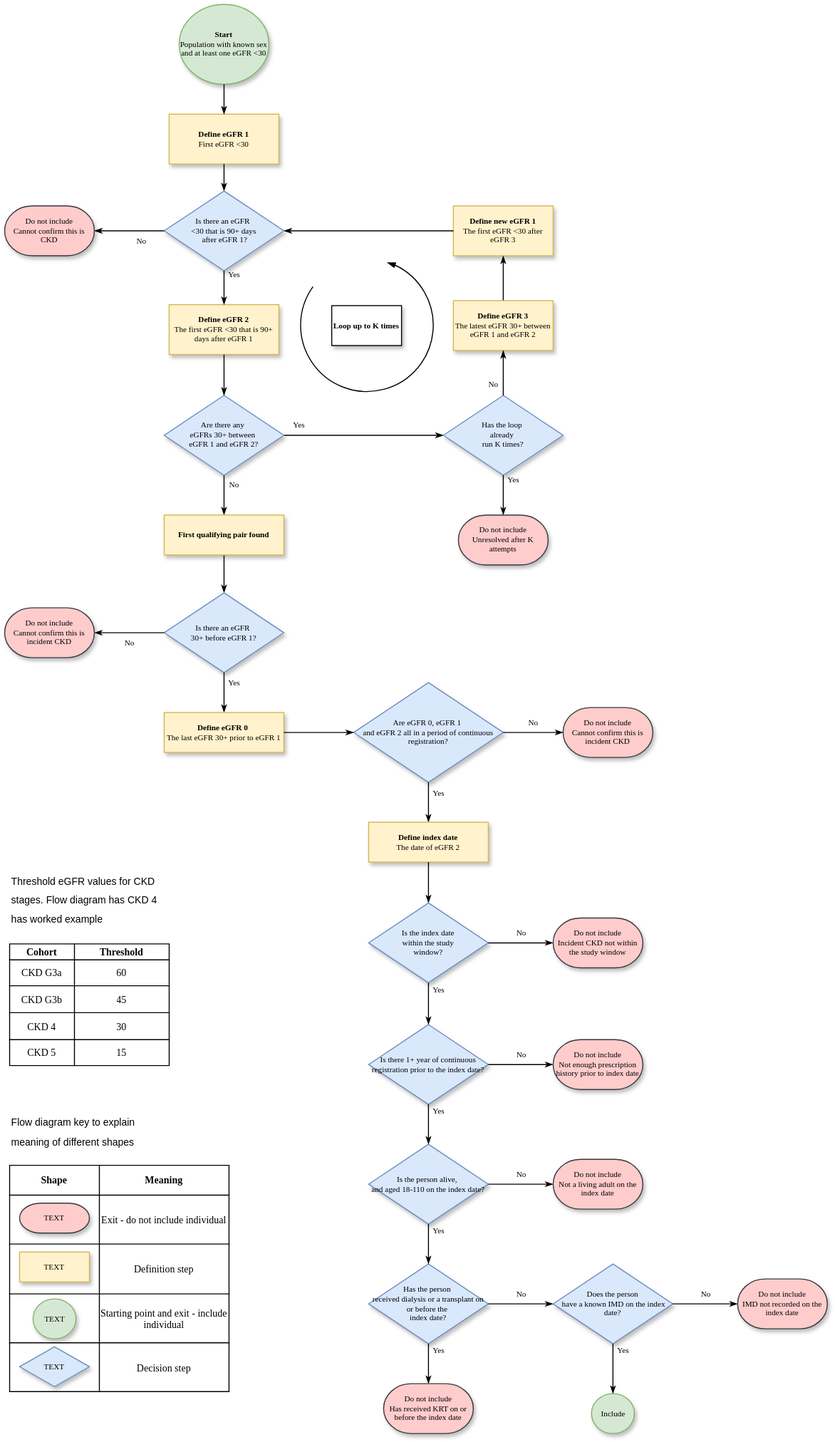
This is docs/figures/ckd-cohort-logic.drawio.svg from opensafely/ckd-deprescribing, a draw.io export, as it was before one commit. Source tidied: cells renumbered, new cells last; positions are measured from the earlier drawing's top-left corner, leaving out a move shared by most shapes.
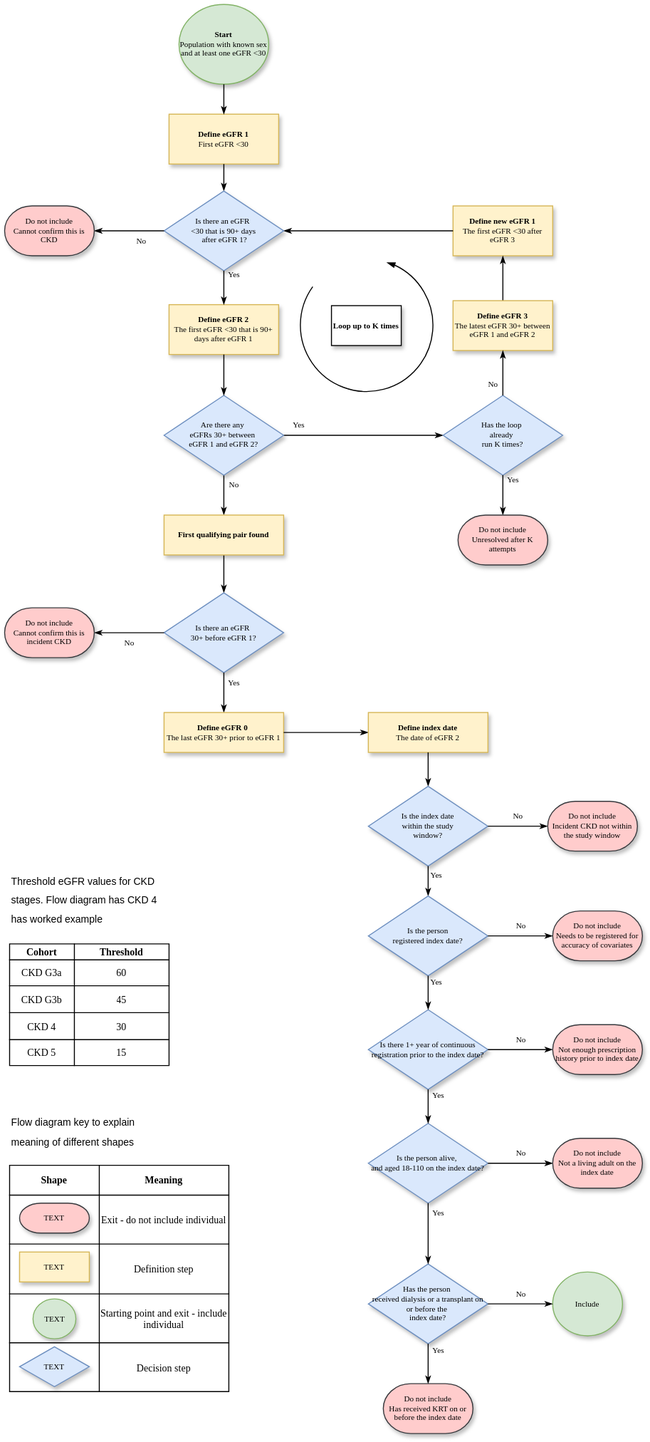
Above is the later version.

Change to the diagram source:
```diff
@@ -21,7 +21,7 @@
       <mxGeometry x="160" y="512" width="120" height="40" as="geometry" />
     </mxCell>
     <mxCell id="8" value="Include" style="strokeWidth=1;html=1;shape=mxgraph.flowchart.start_2;whiteSpace=wrap;perimeter=ellipsePerimeter;rounded=0;shadow=1;strokeColor=#82b366;fontFamily=Verdana;fontSize=8;fillColor=#d5e8d4;" parent="1" vertex="1">
-      <mxGeometry x="588.5" y="1393" width="43" height="40" as="geometry" />
+      <mxGeometry x="550" y="1271" width="70" height="64" as="geometry" />
     </mxCell>
     <mxCell id="9" value="&lt;b&gt;Start&lt;/b&gt;&lt;div&gt;Population with known sex and at least one eGFR &amp;lt;30&lt;/div&gt;" style="strokeWidth=1;html=1;shape=mxgraph.flowchart.start_2;whiteSpace=wrap;perimeter=ellipsePerimeter;rounded=0;shadow=1;fontFamily=Verdana;fontSize=8;fillColor=#d5e8d4;strokeColor=#82b366;" parent="1" vertex="1">
       <mxGeometry x="175" width="90" height="80" as="geometry" />
@@ -74,38 +74,29 @@
     <mxCell id="25" value="&lt;div&gt;&lt;b&gt;Define eGFR 0&lt;/b&gt;&amp;nbsp;&lt;/div&gt;&lt;div&gt;The last eGFR 30+ prior to eGFR 1&lt;/div&gt;" style="whiteSpace=wrap;html=1;rounded=0;shadow=1;labelBackgroundColor=none;strokeWidth=1;fontFamily=Verdana;fontSize=8;align=center;fillColor=#fff2cc;strokeColor=#d6b656;" parent="1" vertex="1">
       <mxGeometry x="160" y="710" width="120" height="40" as="geometry" />
     </mxCell>
-    <mxCell id="26" value="Are eGFR 0, eGFR 1&amp;nbsp;&lt;div&gt;and eGFR 2 all in a period of continuous registration?&lt;/div&gt;" style="rhombus;whiteSpace=wrap;html=1;rounded=0;shadow=1;labelBackgroundColor=none;strokeWidth=1;fontFamily=Verdana;fontSize=8;align=center;fillColor=#dae8fc;strokeColor=#6c8ebf;" parent="1" vertex="1">
-      <mxGeometry x="350" y="680" width="150" height="100" as="geometry" />
-    </mxCell>
-    <mxCell id="27" style="edgeStyle=orthogonalEdgeStyle;rounded=0;html=1;labelBackgroundColor=none;startSize=5;endArrow=classicThin;endFill=1;endSize=5;jettySize=auto;strokeWidth=1;fontFamily=Verdana;fontSize=8;entryX=0;entryY=0.5;entryDx=0;entryDy=0;exitX=1;exitY=0.5;exitDx=0;exitDy=0;" parent="1" edge="1" source="25" target="26">
-      <mxGeometry relative="1" as="geometry" />
+    <mxCell id="27" style="edgeStyle=orthogonalEdgeStyle;rounded=0;html=1;labelBackgroundColor=none;startSize=5;endArrow=classicThin;endFill=1;endSize=5;jettySize=auto;strokeWidth=1;fontFamily=Verdana;fontSize=8;entryX=0;entryY=0.5;entryDx=0;entryDy=0;exitX=1;exitY=0.5;exitDx=0;exitDy=0;" parent="1" edge="1" source="25" target="31">
+      <mxGeometry x="-0.07" relative="1" as="geometry" />
     </mxCell>
-    <mxCell id="28" value="Yes" style="edgeStyle=orthogonalEdgeStyle;rounded=0;html=1;labelBackgroundColor=none;startSize=5;endArrow=classicThin;endFill=1;endSize=5;jettySize=auto;strokeWidth=1;fontFamily=Verdana;fontSize=8;entryX=0.5;entryY=0;entryDx=0;entryDy=0;exitX=0.5;exitY=1;exitDx=0;exitDy=0;" parent="1" edge="1" source="26" target="31">
-      <mxGeometry x="-0.45" y="10" relative="1" as="geometry" />
-    </mxCell>
-    <mxCell id="29" value="No" style="edgeStyle=orthogonalEdgeStyle;rounded=0;html=1;labelBackgroundColor=none;startSize=5;endArrow=classicThin;endFill=1;endSize=5;jettySize=auto;strokeWidth=1;fontFamily=Verdana;fontSize=8;exitX=1;exitY=0.5;exitDx=0;exitDy=0;entryX=0;entryY=0.5;entryDx=0;entryDy=0;entryPerimeter=0;" parent="1" edge="1" source="26" target="30">
-      <mxGeometry y="10" relative="1" as="geometry" />
-    </mxCell>
-    <mxCell id="30" value="&lt;div&gt;Do not include&lt;/div&gt;&lt;div&gt;Cannot confirm this is incident CKD&lt;/div&gt;" style="strokeWidth=1;html=1;shape=mxgraph.flowchart.terminator;whiteSpace=wrap;rounded=0;shadow=1;labelBackgroundColor=none;fontFamily=Verdana;fontSize=8;align=center;fillColor=#ffcccc;strokeColor=#36393d;" parent="1" vertex="1">
-      <mxGeometry x="560" y="705" width="90" height="50" as="geometry" />
+    <mxCell id="30" value="&lt;div&gt;Do not include&lt;/div&gt;&lt;div&gt;Needs to be registered for accuracy of covariates&lt;/div&gt;" style="strokeWidth=1;html=1;shape=mxgraph.flowchart.terminator;whiteSpace=wrap;rounded=0;shadow=1;labelBackgroundColor=none;fontFamily=Verdana;fontSize=8;align=center;fillColor=#ffcccc;strokeColor=#36393d;" parent="1" vertex="1">
+      <mxGeometry x="550" y="909" width="90" height="50" as="geometry" />
     </mxCell>
     <mxCell id="31" value="&lt;b&gt;Define index date&lt;/b&gt;&lt;div&gt;The date of eGFR 2&lt;/div&gt;" style="whiteSpace=wrap;html=1;rounded=0;shadow=1;labelBackgroundColor=none;strokeWidth=1;fontFamily=Verdana;fontSize=8;align=center;fillColor=#fff2cc;strokeColor=#d6b656;" parent="1" vertex="1">
-      <mxGeometry x="365" y="820" width="120" height="40" as="geometry" />
+      <mxGeometry x="365" y="710" width="120" height="40" as="geometry" />
     </mxCell>
     <mxCell id="32" style="edgeStyle=orthogonalEdgeStyle;rounded=0;html=1;labelBackgroundColor=none;startSize=5;endArrow=classicThin;endFill=1;endSize=5;jettySize=auto;strokeWidth=1;fontFamily=Verdana;fontSize=8;entryX=0.5;entryY=0;entryDx=0;entryDy=0;exitX=0.5;exitY=1;exitDx=0;exitDy=0;" parent="1" edge="1" source="31" target="33">
       <mxGeometry relative="1" as="geometry" />
     </mxCell>
     <mxCell id="33" value="Is the index date&lt;div&gt;within the study&lt;/div&gt;&lt;div&gt;window?&lt;/div&gt;" style="rhombus;whiteSpace=wrap;html=1;rounded=0;shadow=1;labelBackgroundColor=none;strokeWidth=1;fontFamily=Verdana;fontSize=8;align=center;fillColor=#dae8fc;strokeColor=#6c8ebf;" parent="1" vertex="1">
-      <mxGeometry x="365" y="901" width="120" height="80" as="geometry" />
+      <mxGeometry x="365" y="784" width="120" height="80" as="geometry" />
     </mxCell>
     <mxCell id="34" value="Is there 1+ year of continuous registration prior to the index date?" style="rhombus;whiteSpace=wrap;html=1;rounded=0;shadow=1;labelBackgroundColor=none;strokeWidth=1;fontFamily=Verdana;fontSize=8;align=center;fillColor=#dae8fc;strokeColor=#6c8ebf;" parent="1" vertex="1">
-      <mxGeometry x="365" y="1023" width="120" height="80" as="geometry" />
+      <mxGeometry x="365" y="1008" width="120" height="80" as="geometry" />
     </mxCell>
-    <mxCell id="35" value="Yes" style="edgeStyle=orthogonalEdgeStyle;rounded=0;html=1;labelBackgroundColor=none;startSize=5;endArrow=classicThin;endFill=1;endSize=5;jettySize=auto;strokeWidth=1;fontFamily=Verdana;fontSize=8;entryX=0.5;entryY=0;entryDx=0;entryDy=0;exitX=0.5;exitY=1;exitDx=0;exitDy=0;" parent="1" edge="1" source="33" target="34">
-      <mxGeometry x="-0.66" y="10" relative="1" as="geometry" />
+    <mxCell id="35" value="Yes" style="edgeStyle=orthogonalEdgeStyle;rounded=0;html=1;labelBackgroundColor=none;startSize=5;endArrow=classicThin;endFill=1;endSize=5;jettySize=auto;strokeWidth=1;fontFamily=Verdana;fontSize=8;entryX=0.5;entryY=0;entryDx=0;entryDy=0;exitX=0.5;exitY=1;exitDx=0;exitDy=0;" parent="1" edge="1" source="33" target="99">
+      <mxGeometry x="-0.4" y="8" relative="1" as="geometry" />
     </mxCell>
     <mxCell id="36" value="Is the person alive,&amp;nbsp;&lt;div&gt;and aged 18-110 on the index date?&lt;/div&gt;" style="rhombus;whiteSpace=wrap;html=1;rounded=0;shadow=1;labelBackgroundColor=none;strokeWidth=1;fontFamily=Verdana;fontSize=8;align=center;fillColor=#dae8fc;strokeColor=#6c8ebf;" parent="1" vertex="1">
-      <mxGeometry x="365" y="1143" width="120" height="80" as="geometry" />
+      <mxGeometry x="365" y="1122" width="120" height="80" as="geometry" />
     </mxCell>
     <mxCell id="37" value="Yes" style="edgeStyle=orthogonalEdgeStyle;rounded=0;html=1;labelBackgroundColor=none;startSize=5;endArrow=classicThin;endFill=1;endSize=5;jettySize=auto;strokeWidth=1;fontFamily=Verdana;fontSize=8;entryX=0.5;entryY=0;entryDx=0;entryDy=0;exitX=0.5;exitY=1;exitDx=0;exitDy=0;" parent="1" edge="1" source="34" target="36">
       <mxGeometry x="-0.66" y="10" relative="1" as="geometry" />
@@ -119,32 +110,28 @@
     <mxCell id="40" value="Yes" style="edgeStyle=orthogonalEdgeStyle;rounded=0;html=1;labelBackgroundColor=none;startSize=5;endArrow=classicThin;endFill=1;endSize=5;jettySize=auto;strokeWidth=1;fontFamily=Verdana;fontSize=8;entryX=0.5;entryY=0;entryDx=0;entryDy=0;exitX=0.5;exitY=1;exitDx=0;exitDy=0;entryPerimeter=0;" parent="1" edge="1" source="38" target="50">
       <mxGeometry x="-0.65" y="10" relative="1" as="geometry" />
     </mxCell>
-    <mxCell id="41" value="Does the person&lt;div&gt;&amp;nbsp;have&lt;span style=&quot;background-color: transparent; color: light-dark(#000000, var(--ge-light-color, #ffffff));&quot;&gt;&amp;nbsp;a known IMD on the index date?&lt;/span&gt;&lt;/div&gt;" style="rhombus;whiteSpace=wrap;html=1;rounded=0;shadow=1;labelBackgroundColor=none;strokeWidth=1;fontFamily=Verdana;fontSize=8;align=center;fillColor=#dae8fc;strokeColor=#6c8ebf;" parent="1" vertex="1">
-      <mxGeometry x="550" y="1263" width="120" height="80" as="geometry" />
-    </mxCell>
-    <mxCell id="42" value="Yes" style="edgeStyle=orthogonalEdgeStyle;rounded=0;html=1;labelBackgroundColor=none;startSize=5;endArrow=classicThin;endFill=1;endSize=5;jettySize=auto;strokeWidth=1;fontFamily=Verdana;fontSize=8;entryX=0.5;entryY=0;entryDx=0;entryDy=0;exitX=0.5;exitY=1;exitDx=0;exitDy=0;entryPerimeter=0;" parent="1" edge="1" source="41" target="8">
-      <mxGeometry x="-0.72" y="10" relative="1" as="geometry" />
-    </mxCell>
     <mxCell id="43" value="No" style="edgeStyle=orthogonalEdgeStyle;rounded=0;html=1;labelBackgroundColor=none;startSize=5;endArrow=classicThin;endFill=1;endSize=5;jettySize=auto;strokeWidth=1;fontFamily=Verdana;fontSize=8;exitX=1;exitY=0.5;exitDx=0;exitDy=0;entryX=0;entryY=0.5;entryDx=0;entryDy=0;entryPerimeter=0;" parent="1" edge="1" source="33" target="44">
       <mxGeometry y="10" relative="1" as="geometry" />
     </mxCell>
     <mxCell id="44" value="&lt;div&gt;Do not include&lt;/div&gt;&lt;div&gt;Incident CKD not within the study window&lt;/div&gt;" style="strokeWidth=1;html=1;shape=mxgraph.flowchart.terminator;whiteSpace=wrap;rounded=0;shadow=1;labelBackgroundColor=none;fontFamily=Verdana;fontSize=8;align=center;fillColor=#ffcccc;strokeColor=#36393d;" parent="1" vertex="1">
-      <mxGeometry x="550" y="916" width="90" height="50" as="geometry" />
+      <mxGeometry x="545" y="799" width="90" height="50" as="geometry" />
     </mxCell>
     <mxCell id="45" value="No" style="edgeStyle=orthogonalEdgeStyle;rounded=0;html=1;labelBackgroundColor=none;startSize=5;endArrow=classicThin;endFill=1;endSize=5;jettySize=auto;strokeWidth=1;fontFamily=Verdana;fontSize=8;exitX=1;exitY=0.5;exitDx=0;exitDy=0;entryX=0;entryY=0.5;entryDx=0;entryDy=0;entryPerimeter=0;" parent="1" edge="1" source="34" target="46">
       <mxGeometry y="10" relative="1" as="geometry" />
     </mxCell>
     <mxCell id="46" value="&lt;div&gt;Do not include&lt;/div&gt;&lt;div&gt;Not enough prescription history prior to index date&lt;/div&gt;" style="strokeWidth=1;html=1;shape=mxgraph.flowchart.terminator;whiteSpace=wrap;rounded=0;shadow=1;labelBackgroundColor=none;fontFamily=Verdana;fontSize=8;align=center;fillColor=#ffcccc;strokeColor=#36393d;" parent="1" vertex="1">
-      <mxGeometry x="550" y="1038" width="90" height="50" as="geometry" />
+      <mxGeometry x="550" y="1023" width="90" height="50" as="geometry" />
     </mxCell>
     <mxCell id="47" value="No" style="edgeStyle=orthogonalEdgeStyle;rounded=0;html=1;labelBackgroundColor=none;startSize=5;endArrow=classicThin;endFill=1;endSize=5;jettySize=auto;strokeWidth=1;fontFamily=Verdana;fontSize=8;exitX=1;exitY=0.5;exitDx=0;exitDy=0;entryX=0;entryY=0.5;entryDx=0;entryDy=0;entryPerimeter=0;" parent="1" edge="1" source="36" target="48">
       <mxGeometry y="10" relative="1" as="geometry" />
     </mxCell>
     <mxCell id="48" value="&lt;div&gt;Do not include&lt;/div&gt;&lt;div&gt;Not a living adult on the index date&lt;/div&gt;" style="strokeWidth=1;html=1;shape=mxgraph.flowchart.terminator;whiteSpace=wrap;rounded=0;shadow=1;labelBackgroundColor=none;fontFamily=Verdana;fontSize=8;align=center;fillColor=#ffcccc;strokeColor=#36393d;" parent="1" vertex="1">
-      <mxGeometry x="550" y="1158" width="90" height="50" as="geometry" />
+      <mxGeometry x="550" y="1137" width="90" height="50" as="geometry" />
     </mxCell>
-    <mxCell id="49" value="No" style="edgeStyle=orthogonalEdgeStyle;rounded=0;html=1;labelBackgroundColor=none;startSize=5;endArrow=classicThin;endFill=1;endSize=5;jettySize=auto;strokeWidth=1;fontFamily=Verdana;fontSize=8;exitX=1;exitY=0.5;exitDx=0;exitDy=0;entryX=0;entryY=0.5;entryDx=0;entryDy=0;" parent="1" edge="1" source="38" target="41">
-      <mxGeometry y="10" relative="1" as="geometry" />
+    <mxCell id="49" value="No" style="edgeStyle=orthogonalEdgeStyle;rounded=0;html=1;labelBackgroundColor=none;startSize=5;endArrow=classicThin;endFill=1;endSize=5;jettySize=auto;strokeWidth=1;fontFamily=Verdana;fontSize=8;exitX=1;exitY=0.5;exitDx=0;exitDy=0;entryX=0;entryY=0.5;entryDx=0;entryDy=0;" parent="1" edge="1" source="38">
+      <mxGeometry y="10" relative="1" as="geometry">
+        <mxPoint x="550" y="1303" as="targetPoint" />
+      </mxGeometry>
     </mxCell>
     <mxCell id="50" value="&lt;div&gt;Do not include&lt;/div&gt;&lt;div&gt;Has received KRT on or before the index date&lt;/div&gt;" style="strokeWidth=1;html=1;shape=mxgraph.flowchart.terminator;whiteSpace=wrap;rounded=0;shadow=1;labelBackgroundColor=none;fontFamily=Verdana;fontSize=8;align=center;fillColor=#ffcccc;strokeColor=#36393d;" parent="1" vertex="1">
       <mxGeometry x="380" y="1383" width="90" height="50" as="geometry" />
@@ -170,12 +157,6 @@
     <mxCell id="57" value="&lt;div&gt;Do not include&lt;/div&gt;&lt;div&gt;Unresolved after K attempts&lt;/div&gt;" style="strokeWidth=1;html=1;shape=mxgraph.flowchart.terminator;whiteSpace=wrap;rounded=0;shadow=1;labelBackgroundColor=none;fontFamily=Verdana;fontSize=8;align=center;fillColor=#ffcccc;strokeColor=#36393d;" parent="1" vertex="1">
       <mxGeometry x="455" y="512" width="90" height="50" as="geometry" />
     </mxCell>
-    <mxCell id="58" value="No" style="edgeStyle=orthogonalEdgeStyle;rounded=0;html=1;labelBackgroundColor=none;startSize=5;endArrow=classicThin;endFill=1;endSize=5;jettySize=auto;strokeWidth=1;fontFamily=Verdana;fontSize=8;exitX=1;exitY=0.5;exitDx=0;exitDy=0;entryX=0;entryY=0.5;entryDx=0;entryDy=0;entryPerimeter=0;" parent="1" edge="1" source="41" target="59">
-      <mxGeometry y="10" relative="1" as="geometry" />
-    </mxCell>
-    <mxCell id="59" value="&lt;div&gt;Do not include&lt;/div&gt;&lt;div&gt;IMD not recorded on the index date&lt;/div&gt;" style="strokeWidth=1;html=1;shape=mxgraph.flowchart.terminator;whiteSpace=wrap;rounded=0;shadow=1;labelBackgroundColor=none;fontFamily=Verdana;fontSize=8;align=center;fillColor=#ffcccc;strokeColor=#36393d;" parent="1" vertex="1">
-      <mxGeometry x="735" y="1278" width="90" height="50" as="geometry" />
-    </mxCell>
     <mxCell id="60" style="group;" parent="1" vertex="1">
       <mxGeometry x="5" y="1164" width="220" height="227" as="geometry" />
     </mxCell>
@@ -293,5 +274,14 @@
     <mxCell id="98" value="&lt;font style=&quot;font-size: 10px;&quot;&gt;Flow diagram key to explain meaning of different shapes&lt;/font&gt;" style="text;html=1;whiteSpace=wrap;strokeColor=none;fillColor=none;align=left;verticalAlign=middle;rounded=0;fontSize=16;" parent="1" vertex="1">
       <mxGeometry x="5" y="1104" width="160" height="50" as="geometry" />
     </mxCell>
+    <mxCell id="99" value="Is the person&lt;div&gt;registered index date&lt;span style=&quot;background-color: transparent; color: light-dark(#000000, var(--ge-light-color, #ffffff));&quot;&gt;?&lt;/span&gt;&lt;/div&gt;" style="rhombus;whiteSpace=wrap;html=1;rounded=0;shadow=1;labelBackgroundColor=none;strokeWidth=1;fontFamily=Verdana;fontSize=8;align=center;fillColor=#dae8fc;strokeColor=#6c8ebf;" parent="1" vertex="1">
+      <mxGeometry x="365" y="894" width="120" height="80" as="geometry" />
+    </mxCell>
+    <mxCell id="28" value="Yes" style="edgeStyle=orthogonalEdgeStyle;rounded=0;html=1;labelBackgroundColor=none;startSize=5;endArrow=classicThin;endFill=1;endSize=5;jettySize=auto;strokeWidth=1;fontFamily=Verdana;fontSize=8;entryX=0.5;entryY=0;entryDx=0;entryDy=0;exitX=0.5;exitY=1;exitDx=0;exitDy=0;" parent="1" edge="1" source="99" target="34">
+      <mxGeometry x="-0.63" y="8" relative="1" as="geometry" />
+    </mxCell>
+    <mxCell id="100" value="No" style="edgeStyle=orthogonalEdgeStyle;rounded=0;html=1;labelBackgroundColor=none;startSize=5;endArrow=classicThin;endFill=1;endSize=5;jettySize=auto;strokeWidth=1;fontFamily=Verdana;fontSize=8;exitX=1;exitY=0.5;exitDx=0;exitDy=0;entryX=0;entryY=0.5;entryDx=0;entryDy=0;entryPerimeter=0;" parent="1" edge="1" source="99" target="30">
+      <mxGeometry y="10" relative="1" as="geometry" />
+    </mxCell>
   </root>
 </mxGraphModel>
```
